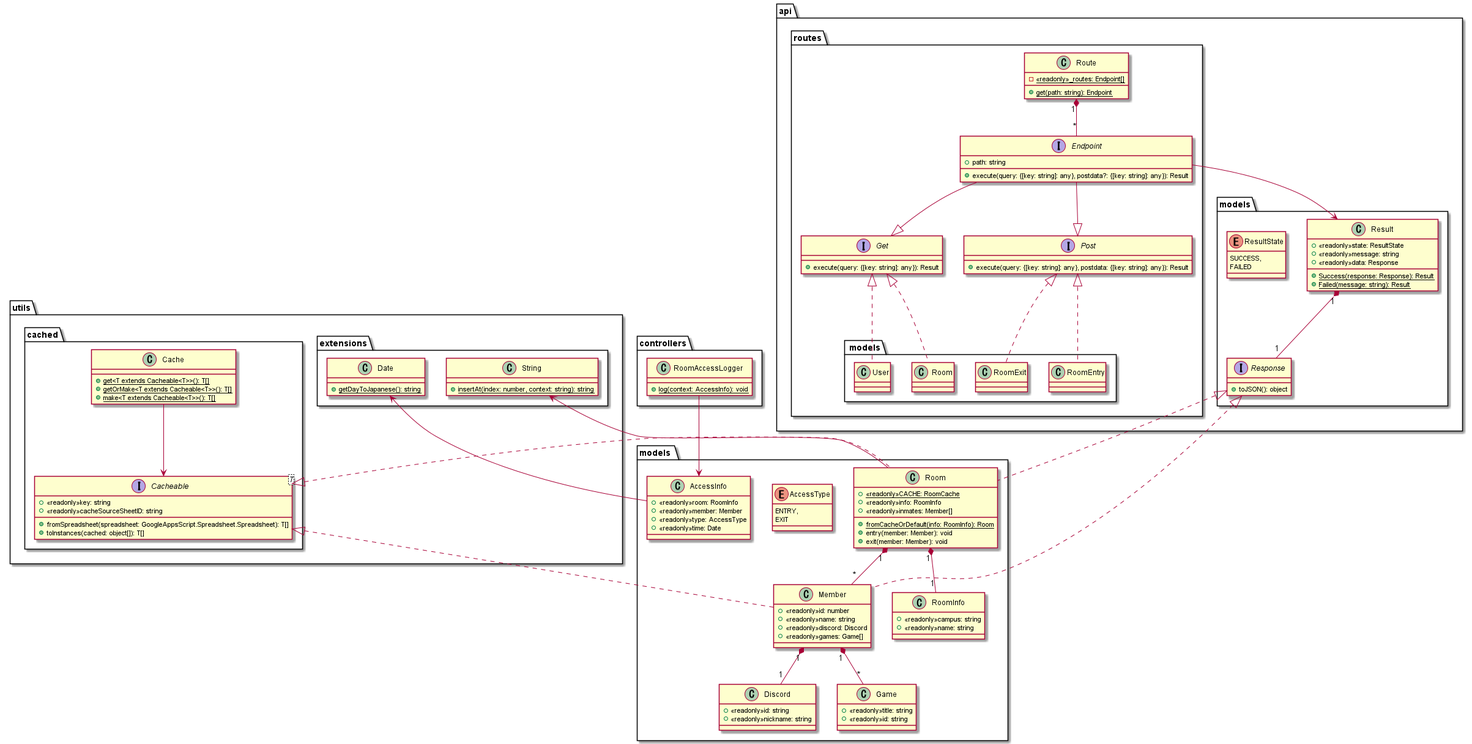
Above: uml/classDiagram/classDiagram.png in NIT-esports/NITeAPI (PlantUML), before the change.
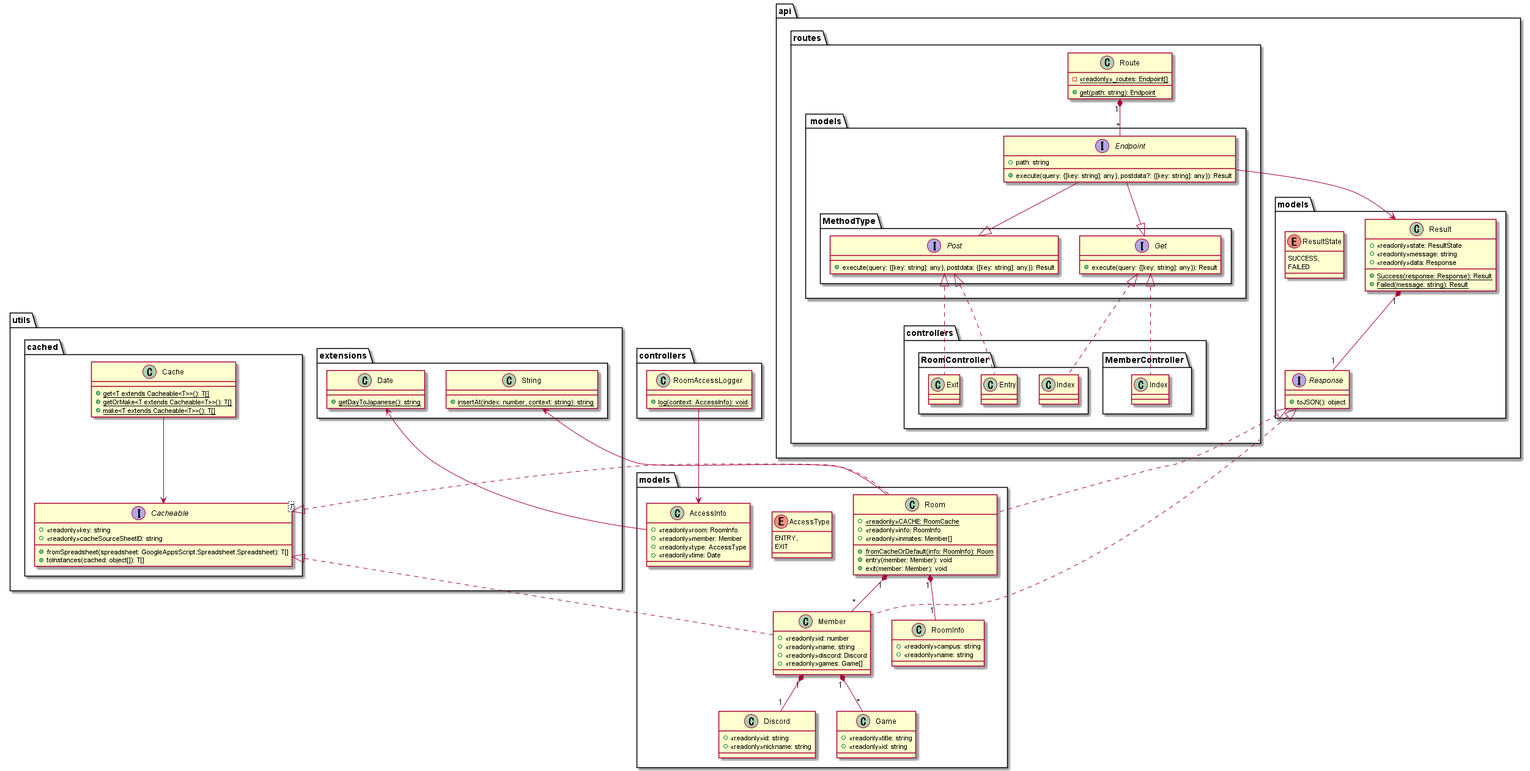
Later version of the same file.

Diff of the diagram source:
```diff
@@ -23,25 +23,37 @@
     }
     package routes
     {
+        package controllers
+        {
+            package MemberController
+            {
+                class Index
+            }
+            package RoomController
+            {
+                class "Index "
+                class Entry
+                class Exit
+            }
+        }
         package " models"
         {
-            class " Room"
-            class RoomEntry
-            class RoomExit
-            class User
-        }
-        interface Endpoint
-        {
-            +path: string
-            +execute(query: {[key: string]: any}, postdata?: {[key: string]: any}): Result
-        }
-        interface Get
-        {
-            +execute(query: {[key: string]: any}): Result
-        }
-        interface Post
-        {
-            +execute(query: {[key: string]: any}, postdata: {[key: string]: any}): Result
+            interface Endpoint
+            {
+                +path: string
+                +execute(query: {[key: string]: any}, postdata?: {[key: string]: any}): Result
+            }
+            package MethodType
+            {
+                interface Get
+                {
+                    +execute(query: {[key: string]: any}): Result
+                }
+                interface Post
+                {
+                    +execute(query: {[key: string]: any}, postdata: {[key: string]: any}): Result
+                }
+            }
         }
         class Route
         {
@@ -50,7 +62,7 @@
         }
     }
 }
-package controllers
+package "controllers "
 {
     class RoomAccessLogger
     {
@@ -141,10 +153,10 @@
 Member .up.|> Cacheable
 Room .up.|> Response
 Room .up.|> Cacheable
-" Room" .up.|> Get
-RoomEntry .up.|> Post
-RoomExit .up.|> Post
-User .up.|> Get
+Index .up.|> Get
+Entry .up.|> Post
+Exit .up.|> Post
+"Index " .up.|> Get
 
 Member "1" *-- "1" Discord
 Member "1" *-- "*" Game
```
